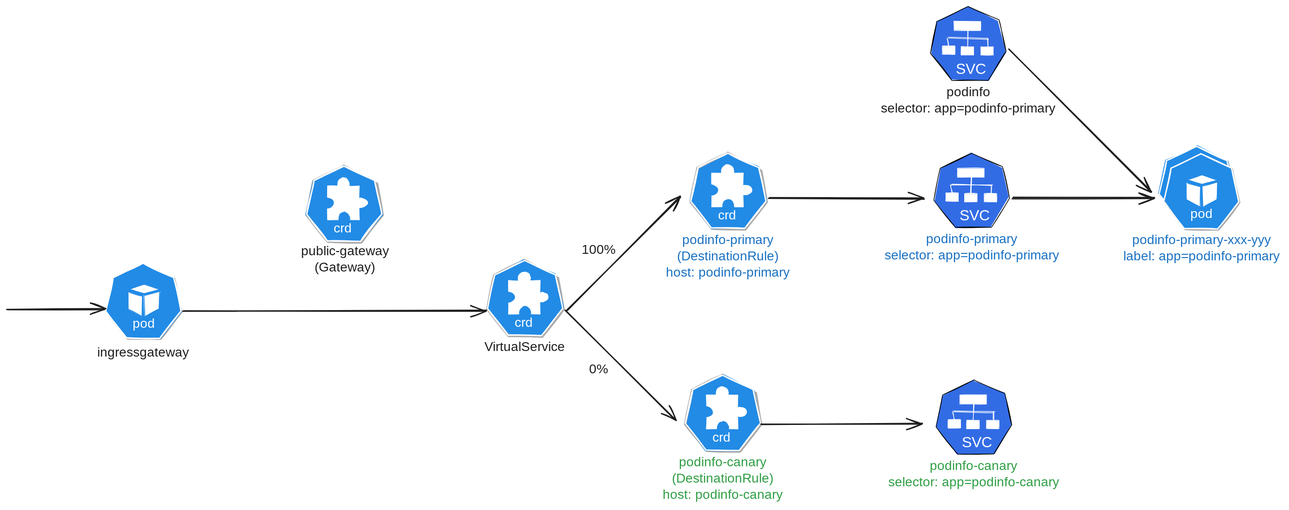
kuanchoulai10/monorepo keeps this Excalidraw diagram as docs/tech-notes/flagger/assets/istio-demo.excalidraw.svg. Above is the earlier version. Source tidied: one line per element, renumbered; positions are measured from the earlier drawing's top-left corner, leaving out a move shared by most shapes.
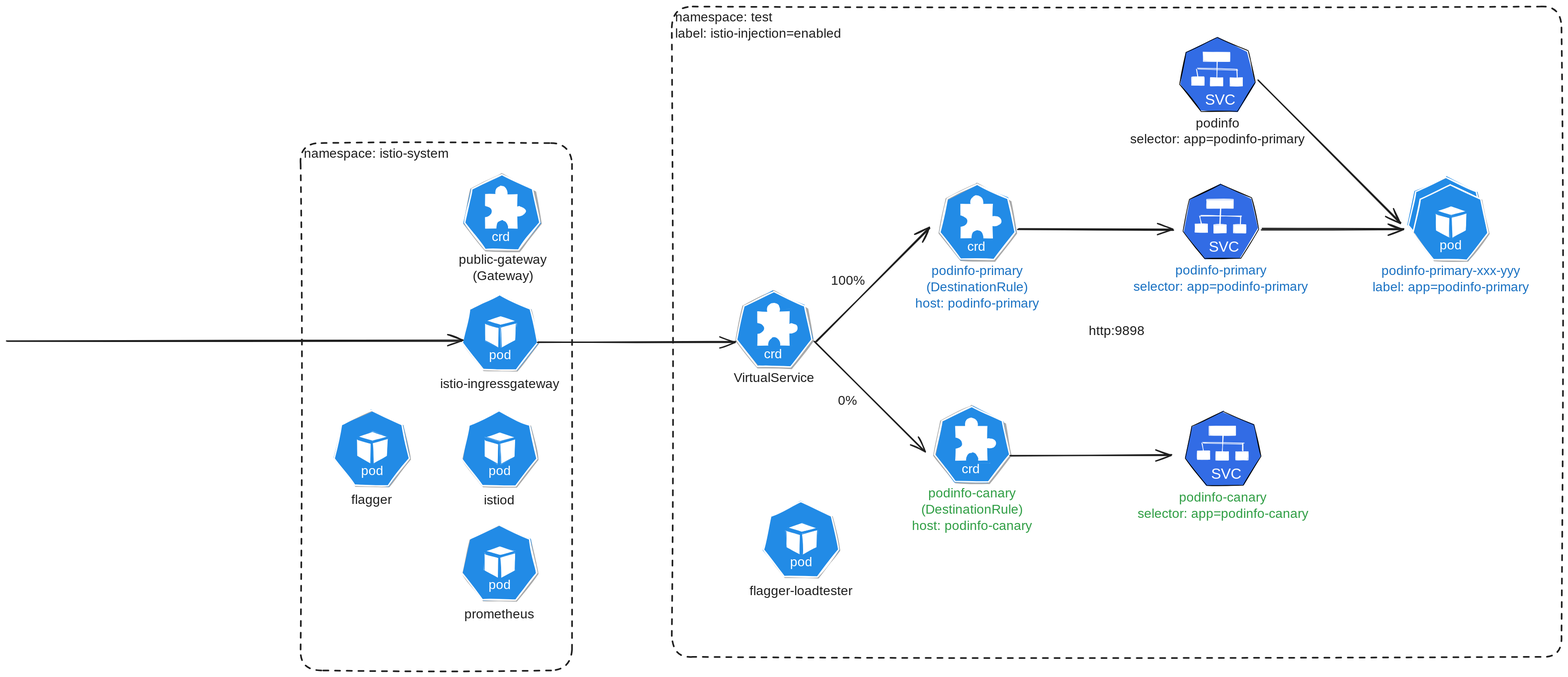
The same diagram one commit later.

Commit message:
Add Flagger Istio integration documentation and update navigation

Diff of the diagram source:
```diff
@@ -1,12 +1,14 @@
+{"id": 100, "type": "rectangle", "strokeColor": "#1e1e1e", "strokeWidth": 2, "strokeStyle": "dashed", "roughness": 1, "round": true, "x": 67, "y": 162, "width": 417, "height": 809}
+{"id": 101, "type": "text", "text": "namespace: istio-system", "strokeColor": "#1e1e1e", "strokeWidth": 2, "roughness": 1, "fontSize": 20, "fontFamily": 5, "inside": 100, "x": 72, "y": 167, "width": 233, "height": 25}
-{"id": 0, "type": "line", "strokeColor": "#aaa", "strokeWidth": 4, "roughness": 1, "x": 515, "y": 246, "width": 116, "height": 117, "points": [[0, 0], [-45, 22], [-56, 74], [-23, 115], [28, 116], [60, 74], [52, 26], [1, -1]]}
+{"id": 0, "type": "line", "strokeColor": "#aaa", "strokeWidth": 4, "roughness": 1, "x": 375, "y": 212, "width": 116, "height": 117, "points": [[0, 0], [-45, 22], [-56, 74], [-23, 115], [28, 116], [60, 74], [52, 26], [1, -1]]}
-{"id": 1, "type": "line", "strokeColor": "#fff", "backgroundColor": "#228be6", "fillStyle": "solid", "strokeWidth": 2, "roughness": 1, "x": 516, "y": 245, "width": 115, "height": 116, "points": [[0, 0], [-46, 22], [-57, 74], [-26, 115], [26, 116], [58, 74], [47, 22], [0, 0]]}
+{"id": 1, "type": "line", "strokeColor": "#fff", "backgroundColor": "#228be6", "fillStyle": "solid", "strokeWidth": 2, "roughness": 1, "x": 376, "y": 211, "width": 115, "height": 116, "points": [[0, 0], [-46, 22], [-57, 74], [-26, 115], [26, 116], [58, 74], [47, 22], [0, 0]]}
-{"id": 2, "type": "rectangle", "strokeColor": "#228be6", "backgroundColor": "#fff", "fillStyle": "solid", "strokeWidth": 4, "roughness": 1, "x": 489, "y": 273, "width": 54, "height": 57}
+{"id": 2, "type": "rectangle", "strokeColor": "#228be6", "backgroundColor": "#fff", "fillStyle": "solid", "strokeWidth": 4, "roughness": 1, "x": 349, "y": 238, "width": 54, "height": 57}
-{"id": 3, "type": "ellipse", "strokeColor": "#fff", "backgroundColor": "#fff", "fillStyle": "solid", "strokeWidth": 4, "roughness": 1, "x": 508, "y": 265, "width": 15, "height": 17}
+{"id": 3, "type": "ellipse", "strokeColor": "#fff", "backgroundColor": "#fff", "fillStyle": "solid", "strokeWidth": 4, "roughness": 1, "x": 368, "y": 230, "width": 15, "height": 17}
-{"id": 4, "type": "ellipse", "strokeColor": "#fff", "backgroundColor": "#fff", "fillStyle": "solid", "strokeWidth": 4, "roughness": 1, "x": 534, "y": 296, "width": 17, "height": 11}
+{"id": 4, "type": "ellipse", "strokeColor": "#fff", "backgroundColor": "#fff", "fillStyle": "solid", "strokeWidth": 4, "roughness": 1, "x": 394, "y": 262, "width": 17, "height": 11}
-{"id": 5, "type": "ellipse", "strokeColor": "#228be6", "backgroundColor": "#228be6", "fillStyle": "solid", "strokeWidth": 4, "roughness": 1, "x": 479, "y": 296, "width": 20, "height": 13}
+{"id": 5, "type": "ellipse", "strokeColor": "#228be6", "backgroundColor": "#228be6", "fillStyle": "solid", "strokeWidth": 4, "roughness": 1, "x": 339, "y": 261, "width": 20, "height": 13}
-{"id": 6, "type": "ellipse", "strokeColor": "#228be6", "backgroundColor": "#228be6", "fillStyle": "solid", "strokeWidth": 4, "roughness": 1, "x": 510, "y": 318, "width": 14, "height": 17}
+{"id": 6, "type": "ellipse", "strokeColor": "#228be6", "backgroundColor": "#228be6", "fillStyle": "solid", "strokeWidth": 4, "roughness": 1, "x": 370, "y": 283, "width": 14, "height": 17}
-{"id": 7, "type": "text", "text": "crd", "strokeColor": "#fff", "strokeWidth": 2, "roughness": 1, "fontSize": 20, "fontFamily": 1, "textAlign": "center", "x": 500, "y": 330, "width": 30, "height": 25}
+{"id": 7, "type": "text", "text": "crd", "strokeColor": "#fff", "strokeWidth": 2, "roughness": 1, "fontSize": 20, "fontFamily": 1, "textAlign": "center", "x": 360, "y": 295, "width": 30, "height": 25}
-{"id": 8, "type": "text", "text": "public-gateway\n(Gateway)", "strokeColor": "#1e1e1e", "strokeWidth": 2, "roughness": 1, "fontSize": 20, "fontFamily": 5, "textAlign": "center", "x": 447, "y": 365, "width": 140, "height": 50}
+{"id": 8, "type": "text", "text": "public-gateway\n(Gateway)", "strokeColor": "#1e1e1e", "strokeWidth": 2, "roughness": 1, "fontSize": 20, "fontFamily": 5, "textAlign": "center", "x": 307, "y": 330, "width": 140, "height": 50}
 {"id": 9, "type": "line", "strokeColor": "#aaa", "strokeWidth": 4, "roughness": 1, "x": 793, "y": 391, "width": 116, "height": 117, "points": [[0, 0], [-45, 22], [-56, 74], [-23, 115], [28, 116], [60, 74], [52, 26], [1, -1]]}
 {"id": 10, "type": "line", "strokeColor": "#fff", "backgroundColor": "#228be6", "fillStyle": "solid", "strokeWidth": 2, "roughness": 1, "x": 794, "y": 390, "width": 115, "height": 116, "points": [[0, 0], [-46, 22], [-57, 74], [-26, 115], [26, 116], [58, 74], [47, 22], [0, 0]]}
 {"id": 11, "type": "rectangle", "strokeColor": "#228be6", "backgroundColor": "#fff", "fillStyle": "solid", "strokeWidth": 4, "roughness": 1, "x": 766, "y": 418, "width": 54, "height": 57}
@@ -87,14 +89,45 @@
 {"id": 86, "type": "arrow", "strokeColor": "#1e1e1e", "strokeWidth": 2, "roughness": 1, "endArrowhead": "arrow", "round": true, "x": 1158, "y": 641, "width": 246, "height": 0, "points": [[0, 0], [246, 0]]}
 {"id": 87, "type": "arrow", "strokeColor": "#1e1e1e", "strokeWidth": 2, "roughness": 1, "endArrowhead": "arrow", "round": true, "x": 1543, "y": 294, "width": 216, "height": 0, "points": [[0, 0], [216, 0]]}
 {"id": 88, "type": "arrow", "strokeColor": "#1e1e1e", "strokeWidth": 2, "roughness": 1, "endArrowhead": "arrow", "round": true, "x": 1537, "y": 67, "width": 218, "height": 218, "points": [[0, 0], [218, 218]]}
-{"id": 89, "type": "line", "strokeColor": "#aaa", "strokeWidth": 2, "roughness": 1, "x": 209, "y": 396, "width": 115, "height": 116, "points": [[0, 0], [-46, 22], [-57, 74], [-26, 115], [26, 116], [58, 74], [47, 22], [0, 0]]}
+{"id": 89, "type": "line", "strokeColor": "#aaa", "strokeWidth": 2, "roughness": 1, "x": 374, "y": 396, "width": 115, "height": 116, "points": [[0, 0], [-46, 22], [-57, 74], [-26, 115], [26, 116], [58, 74], [47, 22], [0, 0]]}
-{"id": 90, "type": "line", "strokeColor": "#fff", "backgroundColor": "#228be6", "fillStyle": "solid", "strokeWidth": 2, "roughness": 1, "x": 208, "y": 394, "width": 115, "height": 116, "points": [[0, 0], [-46, 22], [-57, 74], [-26, 115], [26, 116], [58, 74], [47, 22], [0, 0]]}
+{"id": 90, "type": "line", "strokeColor": "#fff", "backgroundColor": "#228be6", "fillStyle": "solid", "strokeWidth": 2, "roughness": 1, "x": 373, "y": 395, "width": 115, "height": 116, "points": [[0, 0], [-46, 22], [-57, 74], [-26, 115], [26, 116], [58, 74], [47, 22], [0, 0]]}
-{"id": 91, "type": "line", "strokeColor": "#228be6", "backgroundColor": "#fff", "fillStyle": "solid", "strokeWidth": 1, "roughness": 1, "x": 185, "y": 438, "width": 22, "height": 39, "points": [[0, 0], [0, 27], [22, 39], [22, 7], [3, 2]]}
+{"id": 91, "type": "line", "strokeColor": "#228be6", "backgroundColor": "#fff", "fillStyle": "solid", "strokeWidth": 1, "roughness": 1, "x": 350, "y": 438, "width": 22, "height": 39, "points": [[0, 0], [0, 27], [22, 39], [22, 7], [3, 2]]}
-{"id": 92, "type": "line", "strokeColor": "#228be6", "backgroundColor": "#fff", "fillStyle": "solid", "strokeWidth": 1, "roughness": 1, "x": 233, "y": 438, "width": 24, "height": 39, "points": [[0, 0], [-24, 7], [-23, 39], [-1, 27], [0, 0]]}
+{"id": 92, "type": "line", "strokeColor": "#228be6", "backgroundColor": "#fff", "fillStyle": "solid", "strokeWidth": 1, "roughness": 1, "x": 398, "y": 438, "width": 24, "height": 39, "points": [[0, 0], [-24, 7], [-23, 39], [-1, 27], [0, 0]]}
-{"id": 93, "type": "line", "strokeColor": "#228be6", "backgroundColor": "#fff", "fillStyle": "solid", "strokeWidth": 1, "roughness": 1, "x": 187, "y": 435, "width": 47, "height": 14, "points": [[0, 0], [23, 7], [47, 1], [23, -8], [0, 0]]}
+{"id": 93, "type": "line", "strokeColor": "#228be6", "backgroundColor": "#fff", "fillStyle": "solid", "strokeWidth": 1, "roughness": 1, "x": 352, "y": 435, "width": 47, "height": 14, "points": [[0, 0], [23, 7], [47, 1], [23, -8], [0, 0]]}
-{"id": 94, "type": "text", "text": "pod", "strokeColor": "#fff", "strokeWidth": 2, "roughness": 1, "fontSize": 20, "fontFamily": 1, "textAlign": "center", "x": 193, "y": 476, "width": 32, "height": 25}
+{"id": 94, "type": "text", "text": "pod", "strokeColor": "#fff", "strokeWidth": 2, "roughness": 1, "fontSize": 20, "fontFamily": 1, "textAlign": "center", "x": 358, "y": 476, "width": 32, "height": 25}
-{"id": 95, "type": "text", "text": "ingressgateway", "strokeColor": "#1e1e1e", "strokeWidth": 2, "roughness": 1, "fontSize": 20, "fontFamily": 5, "textAlign": "center", "x": 135, "y": 520, "width": 147, "height": 25}
+{"id": 95, "type": "text", "text": "istio-ingressgateway", "strokeColor": "#1e1e1e", "strokeWidth": 2, "roughness": 1, "fontSize": 20, "fontFamily": 5, "textAlign": "center", "x": 274, "y": 521, "width": 198, "height": 25}
-{"id": 96, "type": "arrow", "strokeColor": "#1e1e1e", "strokeWidth": 2, "roughness": 1, "endArrowhead": "arrow", "round": true, "x": 0, "y": 465, "width": 149, "height": 0, "points": [[0, 0], [149, 0]]}
+{"id": 96, "type": "arrow", "strokeColor": "#1e1e1e", "strokeWidth": 2, "roughness": 1, "endArrowhead": "arrow", "round": true, "x": -383, "y": 465, "width": 698, "height": 0, "points": [[0, 0], [698, 0]]}
-{"id": 97, "type": "arrow", "strokeColor": "#1e1e1e", "strokeWidth": 2, "roughness": 1, "endArrowhead": "arrow", "round": true, "x": 270, "y": 467, "width": 465, "height": 0, "points": [[0, 0], [465, 0]]}
+{"id": 97, "type": "arrow", "strokeColor": "#1e1e1e", "strokeWidth": 2, "roughness": 1, "endArrowhead": "arrow", "round": true, "x": 432, "y": 467, "width": 302, "height": 0, "points": [[0, 0], [302, 0]]}
 {"id": 98, "type": "text", "text": "100%", "strokeColor": "#1e1e1e", "strokeWidth": 2, "roughness": 1, "fontSize": 20, "fontFamily": 5, "textAlign": "center", "x": 880, "y": 362, "width": 54, "height": 25}
 {"id": 99, "type": "text", "text": "0%", "strokeColor": "#1e1e1e", "strokeWidth": 2, "roughness": 1, "fontSize": 20, "fontFamily": 5, "textAlign": "center", "x": 891, "y": 546, "width": 32, "height": 25}
+{"id": 102, "type": "line", "strokeColor": "#aaa", "strokeWidth": 2, "roughness": 1, "x": 373, "y": 750, "width": 115, "height": 116, "points": [[0, 0], [-46, 22], [-57, 74], [-26, 115], [26, 116], [58, 74], [47, 22], [0, 0]]}
+{"id": 103, "type": "line", "strokeColor": "#fff", "backgroundColor": "#228be6", "fillStyle": "solid", "strokeWidth": 2, "roughness": 1, "x": 372, "y": 748, "width": 115, "height": 116, "points": [[0, 0], [-46, 22], [-57, 74], [-26, 115], [26, 116], [58, 74], [47, 22], [0, 0]]}
+{"id": 104, "type": "line", "strokeColor": "#228be6", "backgroundColor": "#fff", "fillStyle": "solid", "strokeWidth": 1, "roughness": 1, "x": 349, "y": 791, "width": 22, "height": 39, "points": [[0, 0], [0, 27], [22, 39], [22, 7], [3, 2]]}
+{"id": 105, "type": "line", "strokeColor": "#228be6", "backgroundColor": "#fff", "fillStyle": "solid", "strokeWidth": 1, "roughness": 1, "x": 397, "y": 791, "width": 24, "height": 39, "points": [[0, 0], [-24, 7], [-23, 39], [-1, 27], [0, 0]]}
+{"id": 106, "type": "line", "strokeColor": "#228be6", "backgroundColor": "#fff", "fillStyle": "solid", "strokeWidth": 1, "roughness": 1, "x": 351, "y": 788, "width": 47, "height": 14, "points": [[0, 0], [23, 7], [47, 1], [23, -8], [0, 0]]}
+{"id": 107, "type": "text", "text": "pod", "strokeColor": "#fff", "strokeWidth": 2, "roughness": 1, "fontSize": 20, "fontFamily": 1, "textAlign": "center", "x": 357, "y": 829, "width": 32, "height": 25}
+{"id": 108, "type": "text", "text": "prometheus", "strokeColor": "#1e1e1e", "strokeWidth": 2, "roughness": 1, "fontSize": 20, "fontFamily": 5, "textAlign": "center", "x": 317, "y": 874, "width": 110, "height": 25}
+{"id": 109, "type": "line", "strokeColor": "#aaa", "strokeWidth": 2, "roughness": 1, "x": 177, "y": 574, "width": 115, "height": 116, "points": [[0, 0], [-46, 22], [-57, 74], [-26, 115], [26, 116], [58, 74], [47, 22], [0, 0]]}
+{"id": 110, "type": "line", "strokeColor": "#fff", "backgroundColor": "#228be6", "fillStyle": "solid", "strokeWidth": 2, "roughness": 1, "x": 176, "y": 573, "width": 115, "height": 116, "points": [[0, 0], [-46, 22], [-57, 74], [-26, 115], [26, 116], [58, 74], [47, 22], [0, 0]]}
+{"id": 111, "type": "line", "strokeColor": "#228be6", "backgroundColor": "#fff", "fillStyle": "solid", "strokeWidth": 1, "roughness": 1, "x": 153, "y": 616, "width": 22, "height": 39, "points": [[0, 0], [0, 27], [22, 39], [22, 7], [3, 2]]}
+{"id": 112, "type": "line", "strokeColor": "#228be6", "backgroundColor": "#fff", "fillStyle": "solid", "strokeWidth": 1, "roughness": 1, "x": 202, "y": 616, "width": 24, "height": 39, "points": [[0, 0], [-24, 7], [-23, 39], [-1, 27], [0, 0]]}
+{"id": 113, "type": "line", "strokeColor": "#228be6", "backgroundColor": "#fff", "fillStyle": "solid", "strokeWidth": 1, "roughness": 1, "x": 155, "y": 613, "width": 47, "height": 14, "points": [[0, 0], [23, 7], [47, 1], [23, -8], [0, 0]]}
+{"id": 114, "type": "text", "text": "pod", "strokeColor": "#fff", "strokeWidth": 2, "roughness": 1, "fontSize": 20, "fontFamily": 1, "textAlign": "center", "x": 161, "y": 654, "width": 32, "height": 25}
+{"id": 115, "type": "text", "text": "flagger", "strokeColor": "#1e1e1e", "strokeWidth": 2, "roughness": 1, "fontSize": 20, "fontFamily": 5, "textAlign": "center", "x": 143, "y": 698, "width": 67, "height": 25}
+{"id": 116, "type": "line", "strokeColor": "#aaa", "strokeWidth": 2, "roughness": 1, "x": 373, "y": 574, "width": 115, "height": 116, "points": [[0, 0], [-46, 22], [-57, 74], [-26, 115], [26, 116], [58, 74], [47, 22], [0, 0]]}
+{"id": 117, "type": "line", "strokeColor": "#fff", "backgroundColor": "#228be6", "fillStyle": "solid", "strokeWidth": 2, "roughness": 1, "x": 372, "y": 573, "width": 115, "height": 116, "points": [[0, 0], [-46, 22], [-57, 74], [-26, 115], [26, 116], [58, 74], [47, 22], [0, 0]]}
+{"id": 118, "type": "line", "strokeColor": "#228be6", "backgroundColor": "#fff", "fillStyle": "solid", "strokeWidth": 1, "roughness": 1, "x": 349, "y": 616, "width": 22, "height": 39, "points": [[0, 0], [0, 27], [22, 39], [22, 7], [3, 2]]}
+{"id": 119, "type": "line", "strokeColor": "#228be6", "backgroundColor": "#fff", "fillStyle": "solid", "strokeWidth": 1, "roughness": 1, "x": 397, "y": 616, "width": 24, "height": 39, "points": [[0, 0], [-24, 7], [-23, 39], [-1, 27], [0, 0]]}
+{"id": 120, "type": "line", "strokeColor": "#228be6", "backgroundColor": "#fff", "fillStyle": "solid", "strokeWidth": 1, "roughness": 1, "x": 351, "y": 613, "width": 47, "height": 14, "points": [[0, 0], [23, 7], [47, 1], [23, -8], [0, 0]]}
+{"id": 121, "type": "text", "text": "pod", "strokeColor": "#fff", "strokeWidth": 2, "roughness": 1, "fontSize": 20, "fontFamily": 1, "textAlign": "center", "x": 357, "y": 654, "width": 32, "height": 25}
+{"id": 122, "type": "text", "text": "istiod", "strokeColor": "#1e1e1e", "strokeWidth": 2, "roughness": 1, "fontSize": 20, "fontFamily": 5, "textAlign": "center", "x": 344, "y": 699, "width": 56, "height": 25}
+{"id": 123, "type": "rectangle", "strokeColor": "#1e1e1e", "strokeWidth": 2, "strokeStyle": "dashed", "roughness": 1, "round": true, "x": 637, "y": -47, "width": 1366, "height": 998}
+{"id": 124, "type": "text", "text": "namespace: test\nlabel: istio-injection=enabled", "strokeColor": "#1e1e1e", "strokeWidth": 2, "strokeStyle": "dashed", "roughness": 1, "fontSize": 20, "fontFamily": 5, "inside": 123, "x": 642, "y": -42, "width": 271, "height": 50}
+{"id": 125, "type": "line", "strokeColor": "#aaa", "strokeWidth": 2, "roughness": 1, "x": 836, "y": 714, "width": 115, "height": 116, "points": [[0, 0], [-46, 22], [-57, 74], [-26, 115], [26, 116], [58, 74], [47, 22], [0, 0]]}
+{"id": 126, "type": "line", "strokeColor": "#fff", "backgroundColor": "#228be6", "fillStyle": "solid", "strokeWidth": 2, "roughness": 1, "x": 835, "y": 713, "width": 115, "height": 116, "points": [[0, 0], [-46, 22], [-57, 74], [-26, 115], [26, 116], [58, 74], [47, 22], [0, 0]]}
+{"id": 127, "type": "line", "strokeColor": "#228be6", "backgroundColor": "#fff", "fillStyle": "solid", "strokeWidth": 1, "roughness": 1, "x": 812, "y": 756, "width": 22, "height": 39, "points": [[0, 0], [0, 27], [22, 39], [22, 7], [3, 2]]}
+{"id": 128, "type": "line", "strokeColor": "#228be6", "backgroundColor": "#fff", "fillStyle": "solid", "strokeWidth": 1, "roughness": 1, "x": 861, "y": 756, "width": 24, "height": 39, "points": [[0, 0], [-24, 7], [-23, 39], [-1, 27], [0, 0]]}
+{"id": 129, "type": "line", "strokeColor": "#228be6", "backgroundColor": "#fff", "fillStyle": "solid", "strokeWidth": 1, "roughness": 1, "x": 814, "y": 753, "width": 47, "height": 14, "points": [[0, 0], [23, 7], [47, 1], [23, -8], [0, 0]]}
+{"id": 130, "type": "text", "text": "pod", "strokeColor": "#fff", "strokeWidth": 2, "roughness": 1, "fontSize": 20, "fontFamily": 1, "textAlign": "center", "x": 820, "y": 794, "width": 32, "height": 25}
+{"id": 131, "type": "text", "text": "flagger-loadtester", "strokeColor": "#1e1e1e", "strokeWidth": 2, "roughness": 1, "fontSize": 20, "fontFamily": 5, "textAlign": "center", "x": 746, "y": 838, "width": 178, "height": 25}
+{"id": 132, "type": "text", "text": "http:9898", "strokeColor": "#1e1e1e", "strokeWidth": 2, "roughness": 1, "fontSize": 20, "fontFamily": 5, "textAlign": "center", "verticalAlign": "middle", "x": 1270, "y": 439, "width": 100, "height": 25}
```
